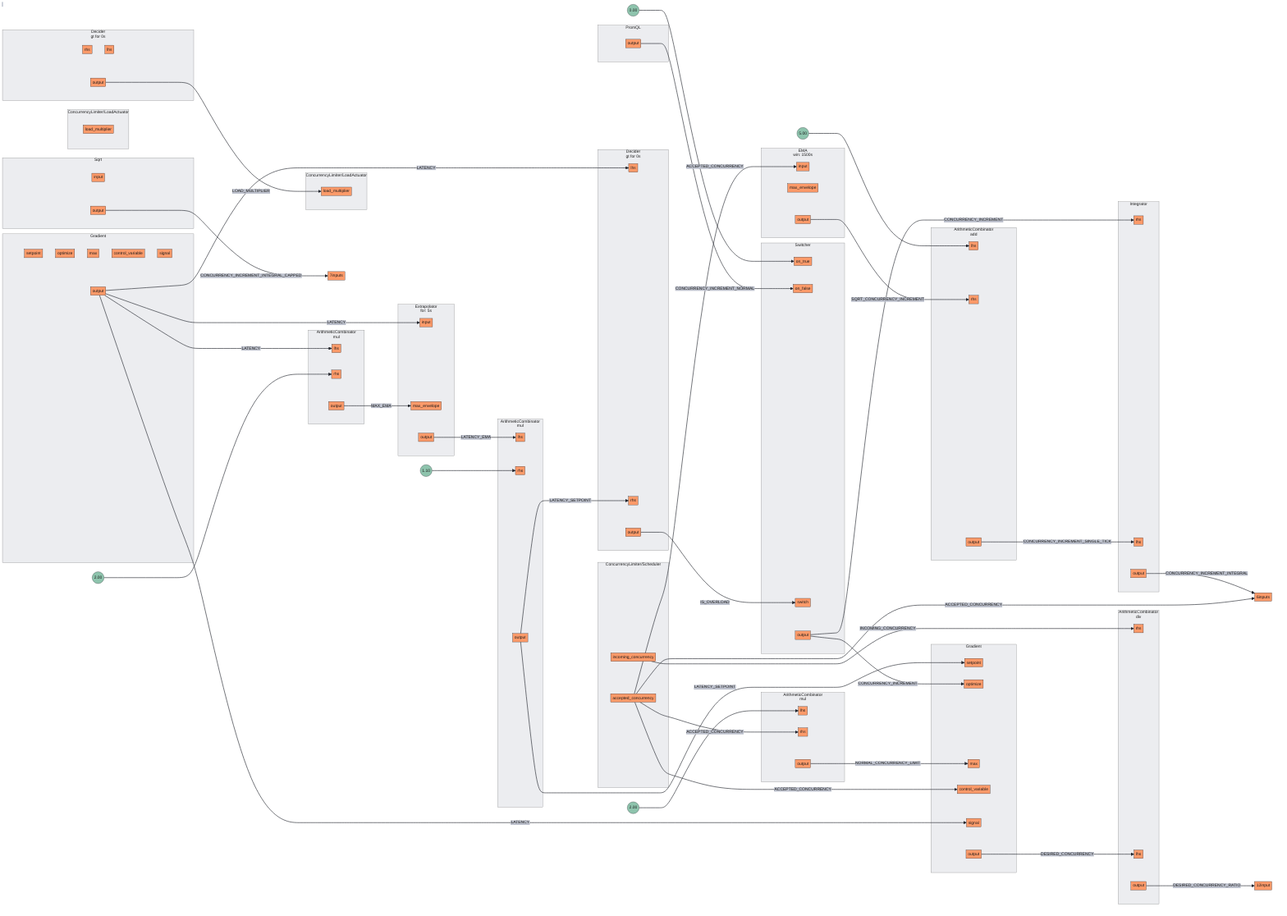
dataongunlaws/aperture keeps this Mermaid diagram as docs/content/tutorials/flow-control/concurrency-limiting/assets/basic-concurrency-limiting/basic-concurrency-limiting.mmd.png. Above is the earlier version. Its source is kept beside it as docs/content/tutorials/flow-control/concurrency-limiting/assets/basic-concurrency-limiting/basic-concurrency-limiting.mmd.
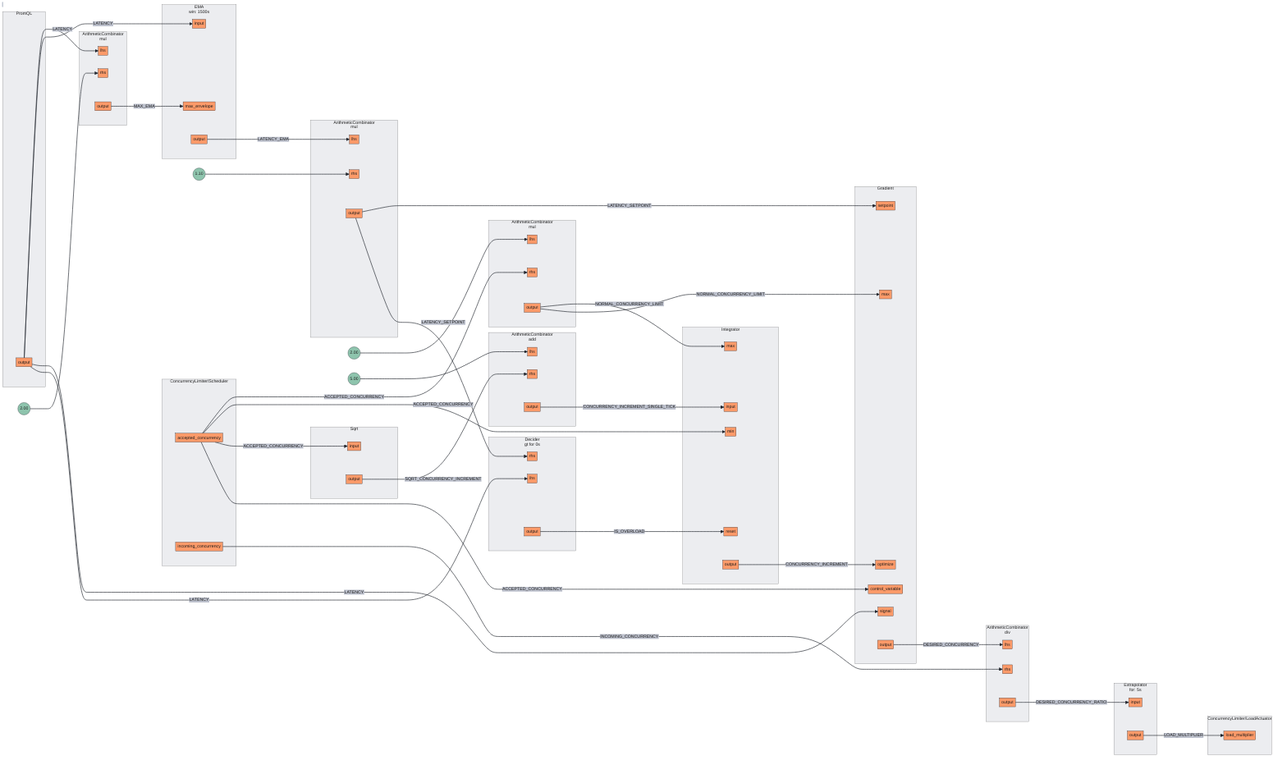
After the change.

The edit, as a diff of the source:
```diff
@@ -28,8 +28,8 @@
 subgraph 2[<center>ArithmeticCombinator<br/>div</center>]
 subgraph 2_inports[ ]
 style 2_inports fill:none,stroke:none
+2lhs[lhs]
 2rhs[rhs]
-2lhs[lhs]
 end
 subgraph 2_outports[ ]
 style 2_outports fill:none,stroke:none
@@ -52,8 +52,8 @@
 subgraph 4[<center>ArithmeticCombinator<br/>add</center>]
 subgraph 4_inports[ ]
 style 4_inports fill:none,stroke:none
+4rhs[rhs]
 4lhs[lhs]
-4rhs[rhs]
 end
 subgraph 4_outports[ ]
 style 4_outports fill:none,stroke:none
@@ -65,8 +65,10 @@
 subgraph 5[Integrator]
 subgraph 5_inports[ ]
 style 5_inports fill:none,stroke:none
-5rhs[rhs]
-5lhs[lhs]
+5max[max]
+5input[input]
+5reset[reset]
+5min[min]
 end
 subgraph 5_outports[ ]
 style 5_outports fill:none,stroke:none
@@ -103,11 +105,11 @@
 subgraph 9[Gradient]
 subgraph 9_inports[ ]
 style 9_inports fill:none,stroke:none
+9control_variable[control_variable]
+9signal[signal]
 9setpoint[setpoint]
 9optimize[optimize]
 9max[max]
-9control_variable[control_variable]
-9signal[signal]
 end
 subgraph 9_outports[ ]
 style 9_outports fill:none,stroke:none
@@ -118,25 +120,17 @@
 subgraph 10_inports[ ]
 style 10_inports fill:none,stroke:none
 10input[input]
-10max_envelope[max_envelope]
 end
 subgraph 10_outports[ ]
 style 10_outports fill:none,stroke:none
 10output[output]
 end
 end
-subgraph 11[Gradient]
-subgraph 11_inports[ ]
-style 11_inports fill:none,stroke:none
-11setpoint[setpoint]
-11optimize[optimize]
-11max[max]
-11control_variable[control_variable]
-11signal[signal]
-end
-subgraph 11_outports[ ]
-style 11_outports fill:none,stroke:none
-11output[output]
+subgraph 11.Scheduler[ConcurrencyLimiter/Scheduler]
+subgraph 11.Scheduler_outports[ ]
+style 11.Scheduler_outports fill:none,stroke:none
+11.Scheduleraccepted_concurrency[accepted_concurrency]
+11.Schedulerincoming_concurrency[incoming_concurrency]
 end
 end
 subgraph 11.LoadActuator[ConcurrencyLimiter/LoadActuator]
@@ -148,74 +142,33 @@
 subgraph 12[<center>Decider<br/>gt for 0s</center>]
 subgraph 12_inports[ ]
 style 12_inports fill:none,stroke:none
+12lhs[lhs]
 12rhs[rhs]
-12lhs[lhs]
 end
 subgraph 12_outports[ ]
 style 12_outports fill:none,stroke:none
 12output[output]
 end
 end
-subgraph 13.Scheduler[ConcurrencyLimiter/Scheduler]
-subgraph 13.Scheduler_outports[ ]
-style 13.Scheduler_outports fill:none,stroke:none
-13.Schedulerincoming_concurrency[incoming_concurrency]
-13.Scheduleraccepted_concurrency[accepted_concurrency]
-end
-end
-subgraph 13.LoadActuator[ConcurrencyLimiter/LoadActuator]
-subgraph 13.LoadActuator_inports[ ]
-style 13.LoadActuator_inports fill:none,stroke:none
-13.LoadActuatorload_multiplier[load_multiplier]
-end
-end
-subgraph 15[Switcher]
-subgraph 15_inports[ ]
-style 15_inports fill:none,stroke:none
-15on_true[on_true]
-15on_false[on_false]
-15switch[switch]
-end
-subgraph 15_outports[ ]
-style 15_outports fill:none,stroke:none
-15output[output]
-end
-end
-FakeConstant5((0.00))
-FakeConstant5 --> 15on_true
-subgraph 14[<center>Decider<br/>gt for 0s</center>]
-subgraph 14_inports[ ]
-style 14_inports fill:none,stroke:none
-14lhs[lhs]
-14rhs[rhs]
-end
-subgraph 14_outports[ ]
-style 14_outports fill:none,stroke:none
-14output[output]
-end
-end
-1output --> |LATENCY_SETPOINT| 11setpoint
-1output --> |LATENCY_SETPOINT| 14rhs
-15output --> |CONCURRENCY_INCREMENT| 5rhs
-15output --> |CONCURRENCY_INCREMENT| 11optimize
-8output --> |SQRT_CONCURRENCY_INCREMENT| 4rhs
-13.Schedulerincoming_concurrency --> |INCOMING_CONCURRENCY| 2rhs
-0output --> |MAX_EMA| 10max_envelope
-6output --> |CONCURRENCY_INCREMENT_INTEGRAL_CAPPED| 7inputs
-4output --> |CONCURRENCY_INCREMENT_SINGLE_TICK| 5lhs
-5output --> |CONCURRENCY_INCREMENT_INTEGRAL| 6inputs
-9output --> |LATENCY| 0lhs
-9output --> |LATENCY| 10input
-9output --> |LATENCY| 11signal
-9output --> |LATENCY| 14lhs
-10output --> |LATENCY_EMA| 1lhs
-11output --> |DESIRED_CONCURRENCY| 2lhs
-14output --> |IS_OVERLOAD| 15switch
-2output --> |DESIRED_CONCURRENCY_RATIO| 12input
-3output --> |NORMAL_CONCURRENCY_LIMIT| 11max
-13.Scheduleraccepted_concurrency --> |ACCEPTED_CONCURRENCY| 3rhs
-13.Scheduleraccepted_concurrency --> |ACCEPTED_CONCURRENCY| 6inputs
-13.Scheduleraccepted_concurrency --> |ACCEPTED_CONCURRENCY| 8input
-13.Scheduleraccepted_concurrency --> |ACCEPTED_CONCURRENCY| 11control_variable
-7output --> |CONCURRENCY_INCREMENT_NORMAL| 15on_false
-12output --> |LOAD_MULTIPLIER| 13.LoadActuatorload_multiplier
+0output --> |MAX_EMA| 8max_envelope
+5output --> |CONCURRENCY_INCREMENT| 9optimize
+8output --> |LATENCY_EMA| 1lhs
+9output --> |DESIRED_CONCURRENCY| 2lhs
+11.Scheduleraccepted_concurrency --> |ACCEPTED_CONCURRENCY| 3rhs
+11.Scheduleraccepted_concurrency --> |ACCEPTED_CONCURRENCY| 5min
+11.Scheduleraccepted_concurrency --> |ACCEPTED_CONCURRENCY| 6input
+11.Scheduleraccepted_concurrency --> |ACCEPTED_CONCURRENCY| 9control_variable
+1output --> |LATENCY_SETPOINT| 9setpoint
+1output --> |LATENCY_SETPOINT| 12rhs
+2output --> |DESIRED_CONCURRENCY_RATIO| 10input
+4output --> |CONCURRENCY_INCREMENT_SINGLE_TICK| 5input
+7output --> |LATENCY| 0lhs
+7output --> |LATENCY| 8input
+7output --> |LATENCY| 9signal
+7output --> |LATENCY| 12lhs
+10output --> |LOAD_MULTIPLIER| 11.LoadActuatorload_multiplier
+3output --> |NORMAL_CONCURRENCY_LIMIT| 5max
+3output --> |NORMAL_CONCURRENCY_LIMIT| 9max
+6output --> |SQRT_CONCURRENCY_INCREMENT| 4rhs
+11.Schedulerincoming_concurrency --> |INCOMING_CONCURRENCY| 2rhs
+12output --> |IS_OVERLOAD| 5reset
```
